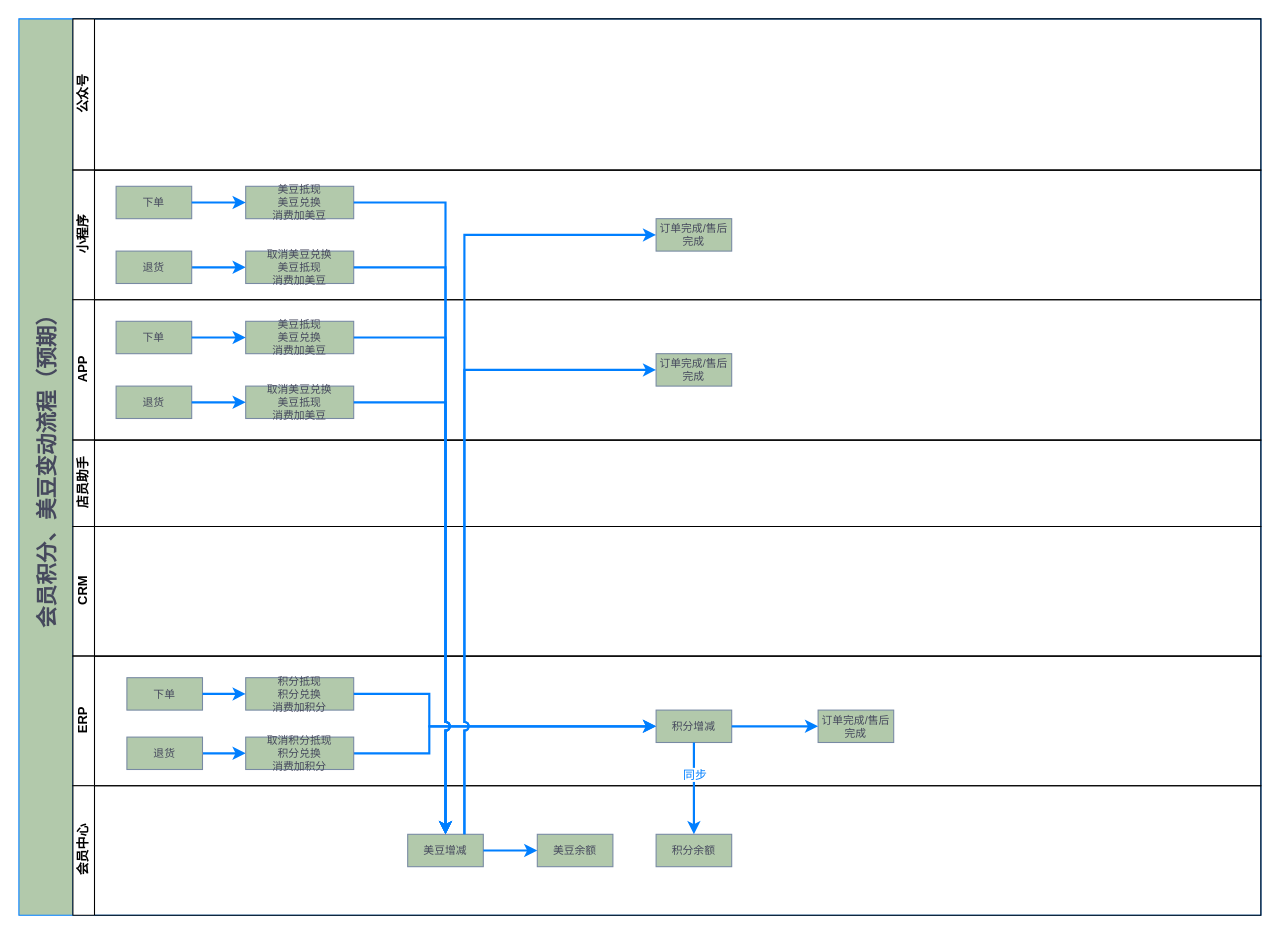
The draw.io diagram page "Page-4" (4 of 5) of 会员.drawio in JustDoItHilary/HilarysTraining, before the edit. Source tidied: cells renumbered, new cells numbered last; positions are measured from the earlier drawing's top-left corner, leaving out a move shared by most shapes. Both pictures are drawn from the tidied source at 108%, with x=0, y=0 at pixel (18, 18).
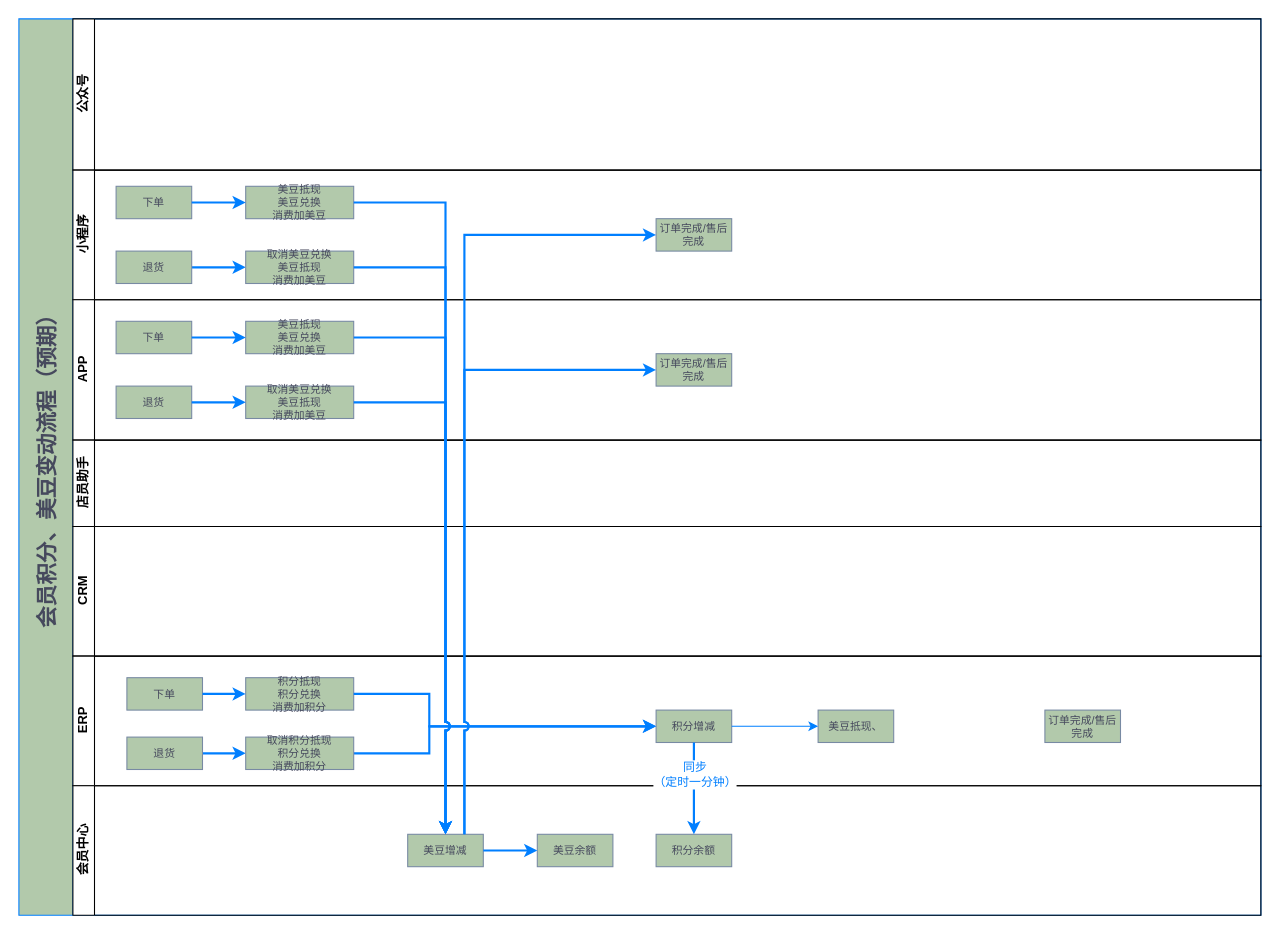
Above is the later version.

Unchanged cells that the change refers to:
```xml
<mxCell id="22" value="ERP" style="swimlane;html=1;startSize=20;horizontal=0;" parent="2" vertex="1">
  <mxGeometry x="50" y="590" width="1100" height="120" as="geometry" />
</mxCell>
<mxCell id="30" value="&lt;font size=&quot;1&quot;&gt;积分增减&lt;/font&gt;" style="rounded=0;whiteSpace=wrap;html=1;strokeColor=#788AA3;fillColor=#B2C9AB;fontColor=#46495D;fontSize=10;" parent="22" vertex="1">
  <mxGeometry x="540" y="50" width="70" height="30" as="geometry" />
</mxCell>
<mxCell id="39" style="edgeStyle=orthogonalEdgeStyle;rounded=0;jettySize=auto;html=1;exitX=0.5;exitY=1;exitDx=0;exitDy=0;entryX=0.5;entryY=0;entryDx=0;entryDy=0;strokeColor=#007FFF;strokeWidth=2;fontColor=#007FFF;" parent="2" edge="1" source="30" target="35">
  <mxGeometry relative="1" as="geometry">
    <Array as="points">
      <mxPoint x="625" y="710" />
      <mxPoint x="625" y="710" />
    </Array>
  </mxGeometry>
</mxCell>
```

Diff of the diagram source:
```diff
@@
     <mxCell id="32" value="&lt;font size=&quot;1&quot;&gt;订单完成/售后完成&lt;/font&gt;" style="rounded=0;whiteSpace=wrap;html=1;strokeColor=#788AA3;fillColor=#B2C9AB;fontColor=#46495D;fontSize=10;" parent="22" vertex="1">
-      <mxGeometry x="690" y="50" width="70" height="30" as="geometry" />
+      <mxGeometry x="900" y="50" width="70" height="30" as="geometry" />
     </mxCell>
-    <mxCell id="33" style="edgeStyle=orthogonalEdgeStyle;rounded=0;jettySize=auto;html=1;strokeColor=#007FFF;strokeWidth=2;fontColor=#007FFF;" parent="22" edge="1" source="30" target="32">
-      <mxGeometry relative="1" as="geometry" />
-    </mxCell>
@@
-    <mxCell id="40" value="同步" style="edgeLabel;html=1;align=center;verticalAlign=middle;fontColor=#007FFF;" parent="39" vertex="1">
+    <mxCell id="40" value="同步&lt;br&gt;（定时一分钟）" style="edgeLabel;html=1;align=center;verticalAlign=middle;fontColor=#007FFF;" parent="39" vertex="1">
       <mxGeometry x="-0.9" y="3" relative="1" as="geometry">
         <mxPoint x="-3" y="25" as="offset" />
       </mxGeometry>
     </mxCell>
@@
+    <mxCell id="47" value="&lt;font size=&quot;1&quot;&gt;美豆抵现、&lt;/font&gt;" style="rounded=0;whiteSpace=wrap;html=1;strokeColor=#788AA3;fillColor=#B2C9AB;fontColor=#46495D;fontSize=10;" parent="1" vertex="1">
+      <mxGeometry x="740" y="640" width="70" height="30" as="geometry" />
+    </mxCell>
+    <mxCell id="48" style="edgeStyle=orthogonalEdgeStyle;rounded=0;comic=0;sketch=0;jumpStyle=arc;jettySize=auto;html=1;shadow=0;startSize=50;strokeColor=#007FFF;strokeWidth=1;fontColor=#007FFF;" parent="1" edge="1" source="30" target="47">
+      <mxGeometry relative="1" as="geometry" />
+    </mxCell>
```
